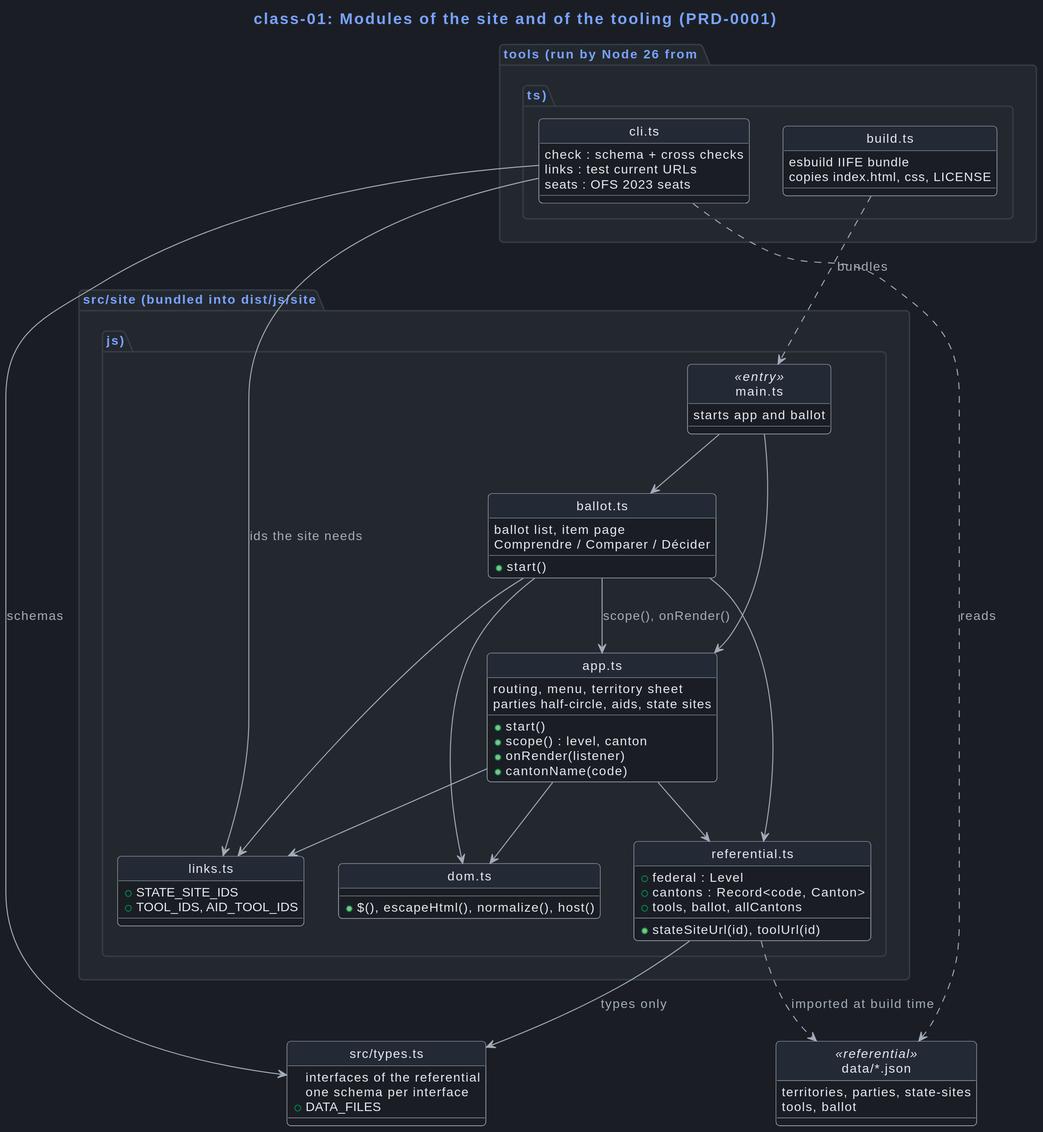
Earlier version of the PlantUML export docs/plans/active/swiss-politics-launcher/views/dark/class-01-modules.svg (VictorHueni/civic-compass). The source it was exported from:
```plantuml
@startuml
!include _theme.puml
title class-01: Modules of the site and of the tooling (PRD-0001)

package "src/site (bundled into dist/js/site.js)" {
  class "main.ts" as main <<entry>> {
    starts app and ballot
  }
  class "app.ts" as app {
    +start()
    +scope() : level, canton
    +onRender(listener)
    +cantonName(code)
    routing, menu, territory sheet
    parties half-circle, aids, state sites
  }
  class "ballot.ts" as ballot {
    +start()
    ballot list, item page
    Comprendre / Comparer / Décider
  }
  class "referential.ts" as ref {
    +federal : Level
    +cantons : Record<code, Canton>
    +tools, ballot, allCantons
    +stateSiteUrl(id), toolUrl(id)
  }
  class "links.ts" as links {
    +STATE_SITE_IDS
    +TOOL_IDS, AID_TOOL_IDS
  }
  class "dom.ts" as dom {
    +$(), escapeHtml(), normalize(), host()
  }
}

class "src/types.ts" as types {
  interfaces of the referential
  one schema per interface
  +DATA_FILES
}

package "tools (run by Node 26 from .ts)" {
  class "cli.ts" as cli {
    check : schema + cross checks
    links : test current URLs
    seats : OFS 2023 seats
  }
  class "build.ts" as build {
    esbuild IIFE bundle
    copies index.html, css, LICENSE
  }
}

class "data/*.json" as data <<referential>> {
  territories, parties, state-sites
  tools, ballot
}

main --> app
main --> ballot
ballot --> app : scope(), onRender()
app --> ref
ballot --> ref
app --> links
ballot --> links
app --> dom
ballot --> dom
ref --> types : types only
ref ..> data : imported at build time
cli --> types : schemas
cli --> links : ids the site needs
cli ..> data : reads
build ..> main : bundles
@enduml
```
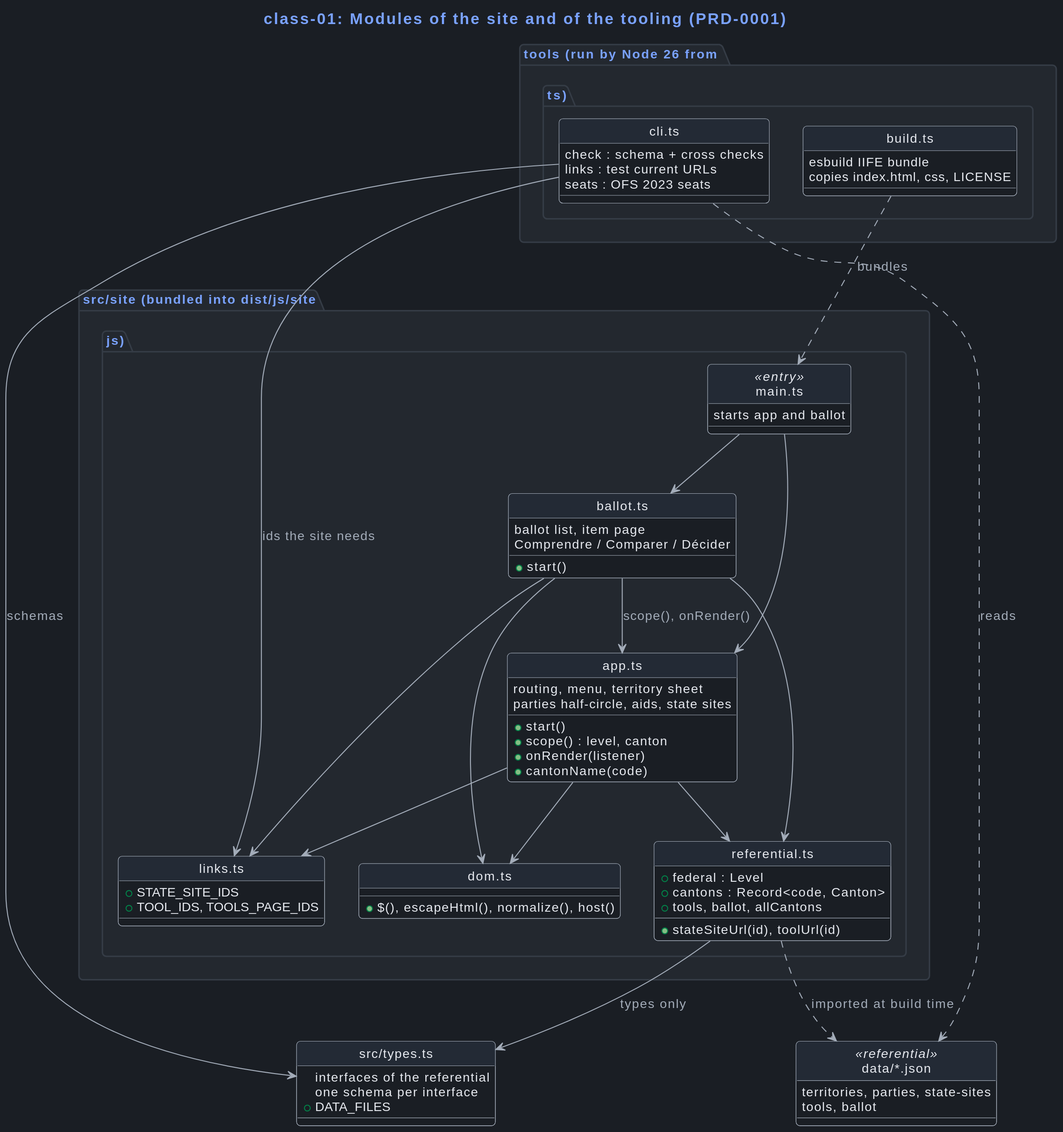
Later version of the same file.

The edit, as a diff of the source:
```diff
@@ -27,7 +27,7 @@
   }
   class "links.ts" as links {
     +STATE_SITE_IDS
-    +TOOL_IDS, AID_TOOL_IDS
+    +TOOL_IDS, TOOLS_PAGE_IDS
   }
   class "dom.ts" as dom {
     +$(), escapeHtml(), normalize(), host()
```
